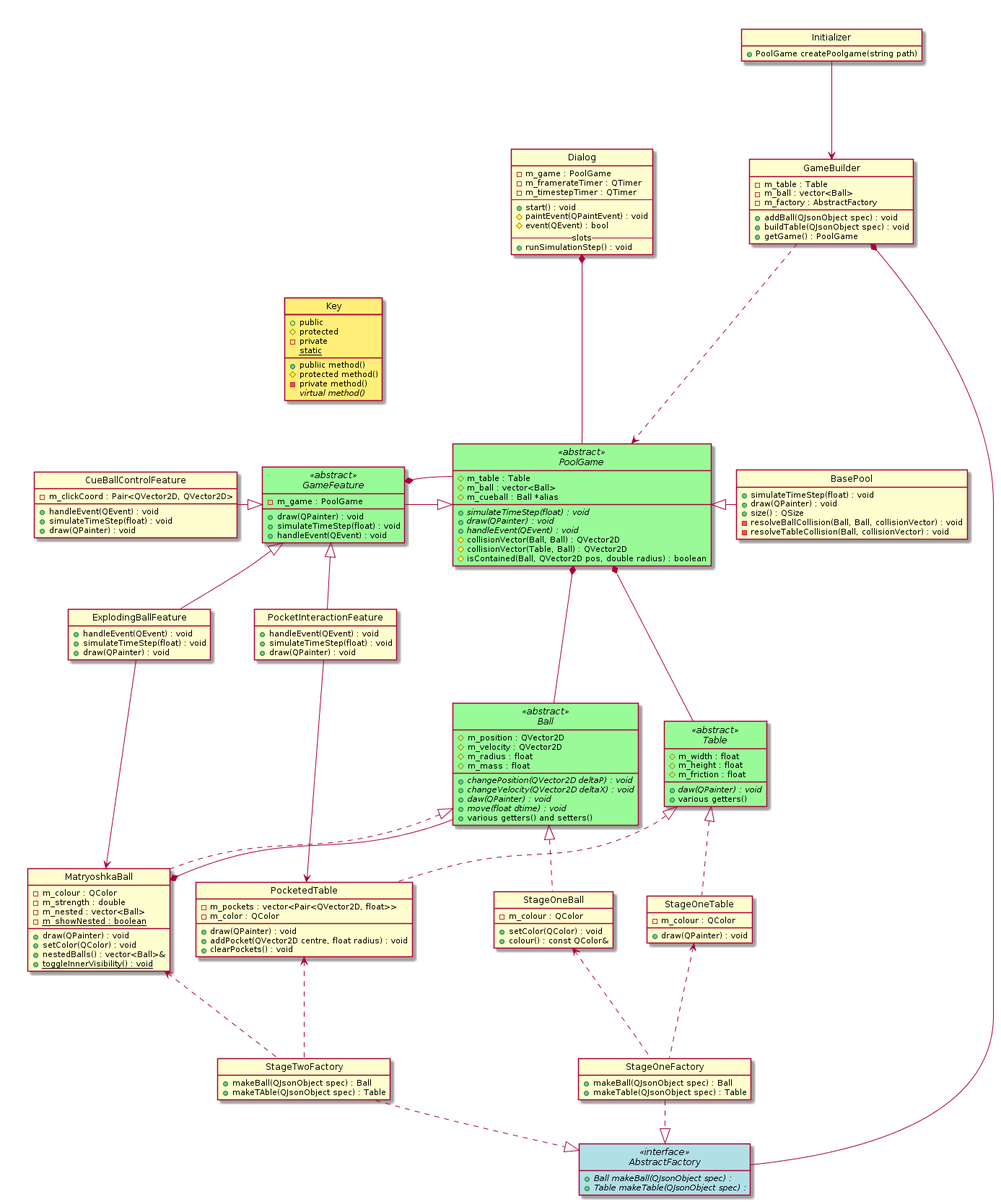
This is newclass.png from KittenHero/QtPoolGame, a PlantUML export, as it was before one commit. The source it was exported from:
```plantuml
@startuml
together {
    class Dialog {
        -m_game : PoolGame
        -m_framerateTimer : QTimer
        -m_timestepTimer : QTimer
        --
        +start() : void
        #paintEvent(QPaintEvent) : void
        #event(QEvent) : bool
        --slots--
        +runSimulationStep() : void
    }

    abstract PoolGame <<abstract>> {
        #m_table : Table
        #m_ball : vector<Ball>
        #m_cueball : Ball *alias
        +{abstract} simulateTimeStep(float) : void
        +{abstract} draw(QPainter) : void
        +{abstract} handleEvent(QEvent) : void
        #collisionVector(Ball, Ball) : QVector2D
        #collisionVector(Table, Ball) : QVector2D
        #isContained(Ball, QVector2D pos, double radius) : boolean
    }

    abstract class Ball <<abstract>> {
        #m_position : QVector2D
        #m_velocity : QVector2D
        #m_radius : float
        #m_mass : float

        +{abstract} changePosition(QVector2D deltaP) : void
        +{abstract} changeVelocity(QVector2D deltaX) : void
        +{abstract} daw(QPainter) : void
        +{abstract} move(float dtime) : void
        +various getters() and setters()
    }

    abstract class Table <<abstract>> {
        #m_width : float
        #m_height : float
        #m_friction : float

        +{abstract} daw(QPainter) : void
        +various getters()
    }

    class BasePool {
        +simulateTimeStep(float) : void
        +draw(QPainter) : void
        +size() : QSize
        -resolveBallCollision(Ball, Ball, collisionVector) : void
        -resolveTableCollision(Ball, collisionVector) : void
    }

    class StageOneBall {
        -m_colour : QColor
        +setColor(QColor) : void
        +colour() : const QColor&
    }

    class StageOneTable {
        -m_colour : QColor
        +draw(QPainter) : void
    }


    class Initializer {
        +PoolGame createPoolgame(string path)
    }

    class GameBuilder {
        -m_table : Table
        -m_ball : vector<Ball>
        -m_factory : AbstractFactory

        +addBall(QJsonObject spec) : void
        +buildTable(QJsonObject spec) : void
        +getGame() : PoolGame
    }

    interface AbstractFactory <<interface>> {
        +{abstract} Ball makeBall(QJsonObject spec) :
        +{abstract} Table makeTable(QJsonObject spec) :
    }

    class StageOneFactory {
        +makeBall(QJsonObject spec) : Ball
        +makeTable(QJsonObject spec) : Table
    }


}

together {

    abstract GameFeature <<abstract>> {
        -m_game : PoolGame
        +draw(QPainter) : void
        +simulateTimeStep(float) : void
        +handleEvent(QEvent) : void
    }

    class CueBallControlFeature {
        -m_clickCoord : Pair<QVector2D, QVector2D>
        +handleEvent(QEvent) : void
        +simulateTimeStep(float) : void
        +draw(QPainter) : void
    }

    class ExplodingBallFeature {
        +handleEvent(QEvent) : void
        +simulateTimeStep(float) : void
        +draw(QPainter) : void
    }

    class PocketInteractionFeature {
        +handleEvent(QEvent) : void
        +simulateTimeStep(float) : void
        +draw(QPainter) : void
    }

    class MatryoshkaBall {
        -m_colour : QColor
        -m_strength : double
        -m_nested : vector<Ball>
        -{static} m_showNested : boolean

        +draw(QPainter) : void
        +setColor(QColor) : void
        +nestedBalls() : vector<Ball>&
        +{static} toggleInnerVisibility() : void
    }

    class PocketedTable {
        -m_pockets : vector<Pair<QVector2D, float>>
        -m_color : QColor

        +draw(QPainter) : void
        +addPocket(QVector2D centre, float radius) : void
        +clearPockets() : void
    }
    class StageTwoFactory {
        + makeBall(QJsonObject spec) : Ball
        + makeTAble(QJsonObject spec) : Table
    }
}

Initializer                 --->    GameBuilder

Dialog                      *---    PoolGame
PoolGame                    *---    Ball
PoolGame                    *---    Table

PoolGame                    <|-r    BasePool
PoolGame                    <|--    GameFeature
PoolGame                    -r-*    GameFeature

GameFeature                 <|-l    CueBallControlFeature
GameFeature                 <|--    PocketInteractionFeature
GameFeature                 <|--    ExplodingBallFeature

Ball                        <|..    StageOneBall
Ball                        <|..    MatryoshkaBall
Ball                        ---*    MatryoshkaBall
Table                       <|..    StageOneTable
Table                       <|..    PocketedTable

ExplodingBallFeature        --->    MatryoshkaBall
PocketInteractionFeature    --->    PocketedTable

GameBuilder                 *---    AbstractFactory
GameBuilder                 ...>    PoolGame

StageOneFactory             ..|>    AbstractFactory
StageTwoFactory             ..|>    AbstractFactory

StageOneBall                <...    StageOneFactory
StageOneTable               <...    StageOneFactory

PocketedTable               <...    StageTwoFactory
MatryoshkaBall              <...    StageTwoFactory

class Key #ffee77 {
	+public
	#protected
	-private
	+publiic method()
	#protected method()
	-private method()
	{abstract} virtual method()
	{static} static
}

Key -[hidden]- GameFeature

skinparam Class {
	BackgroundColor<<abstract>> PaleGreen
	BackgroundColor<<interface>> PowderBlue
}

hide circle
hide empty members
@enduml
```
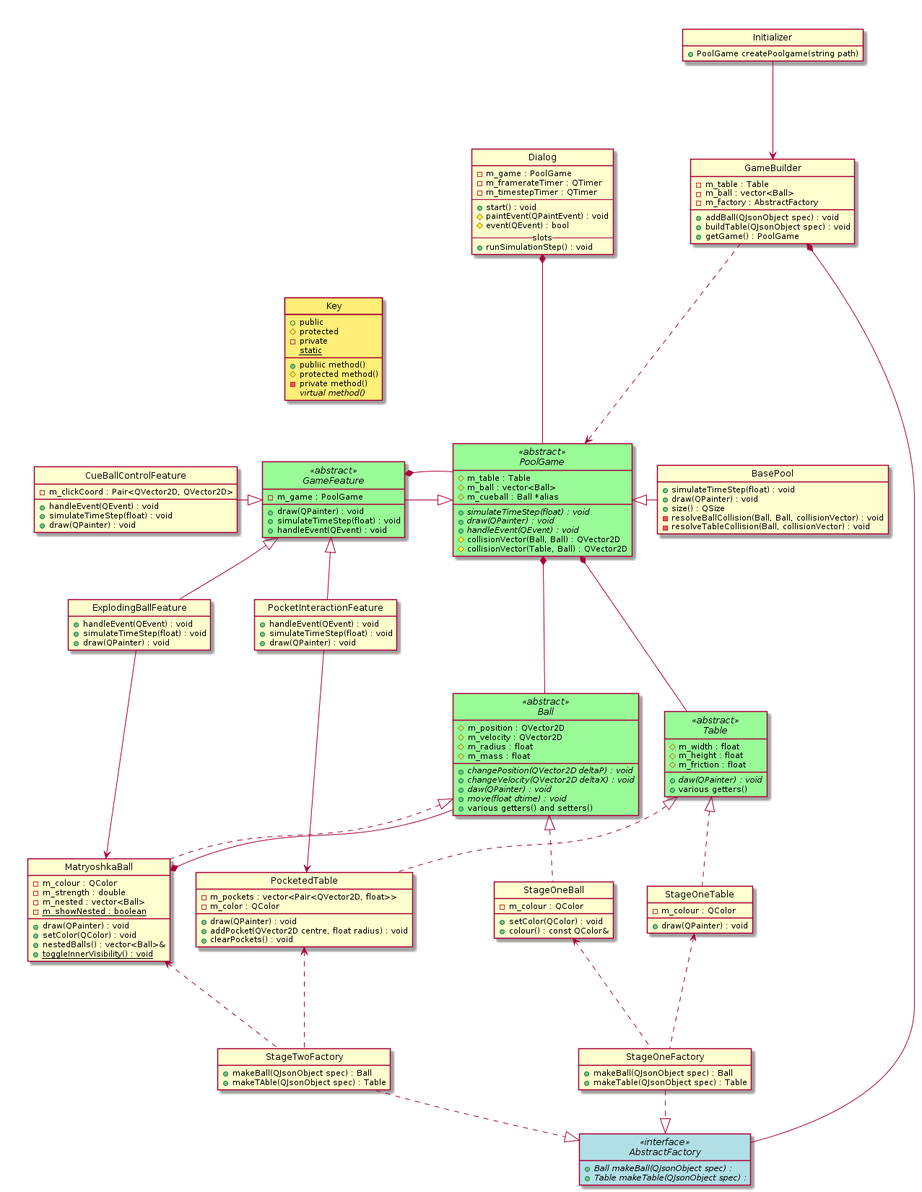
After the change.

Diff of the diagram source:
```diff
@@ -21,7 +21,6 @@
         +{abstract} handleEvent(QEvent) : void
         #collisionVector(Ball, Ball) : QVector2D
         #collisionVector(Table, Ball) : QVector2D
-        #isContained(Ball, QVector2D pos, double radius) : boolean
     }
 
     abstract class Ball <<abstract>> {
```
